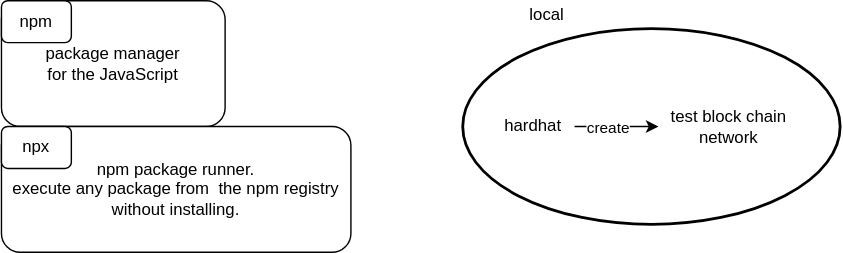
ryojiroakiyama/Web3Lab keeps this draw.io diagram as hardhat.drawio.svg. Above is the earlier version. Source tidied: cells renumbered, new cells last; positions are measured from the earlier drawing's top-left corner, leaving out a move shared by most shapes. Its diagram source:
```xml
<mxGraphModel>
  <root>
    <mxCell id="0" />
    <mxCell id="1" parent="0" />
    <mxCell id="2" value="local" style="text;html=1;align=center;verticalAlign=middle;strokeColor=none;fillColor=none;" parent="1" vertex="1">
      <mxGeometry x="370" width="40" height="20" as="geometry" />
    </mxCell>
    <mxCell id="3" style="strokeWidth=2;html=1;shape=mxgraph.flowchart.start_2;whiteSpace=wrap;" parent="1" vertex="1">
      <mxGeometry x="330" y="20" width="270" height="140" as="geometry" />
    </mxCell>
    <mxCell id="4" value="package manager&lt;br&gt;for the JavaScript" style="rounded=1;whiteSpace=wrap;html=1;" parent="1" vertex="1">
      <mxGeometry width="160" height="90" as="geometry" />
    </mxCell>
    <mxCell id="5" value="npm" style="text;html=1;strokeColor=default;fillColor=default;align=center;verticalAlign=middle;whiteSpace=wrap;rounded=1;" parent="1" vertex="1">
      <mxGeometry width="50" height="30" as="geometry" />
    </mxCell>
    <mxCell id="6" value="npm package runner.&lt;br&gt;execute any package from&amp;nbsp; the npm registry&lt;br&gt;without installing." style="rounded=1;whiteSpace=wrap;html=1;" parent="1" vertex="1">
      <mxGeometry y="90" width="250" height="90" as="geometry" />
    </mxCell>
    <mxCell id="7" value="npx" style="text;html=1;strokeColor=default;fillColor=default;align=center;verticalAlign=middle;whiteSpace=wrap;rounded=1;" parent="1" vertex="1">
      <mxGeometry y="90" width="50" height="30" as="geometry" />
    </mxCell>
    <mxCell id="8" style="edgeStyle=none;html=1;" parent="1" edge="1" source="10" target="11">
      <mxGeometry relative="1" as="geometry" />
    </mxCell>
    <mxCell id="9" value="create" style="edgeLabel;html=1;align=center;verticalAlign=middle;" parent="8" vertex="1">
      <mxGeometry x="-0.26" relative="1" as="geometry" />
    </mxCell>
    <mxCell id="10" value="hardhat" style="text;html=1;align=center;verticalAlign=middle;points=[];strokeColor=none;fillColor=none;" parent="1" vertex="1">
      <mxGeometry x="350" y="80" width="60" height="20" as="geometry" />
    </mxCell>
    <mxCell id="11" value="&lt;span&gt;test block chain&lt;/span&gt;&lt;br&gt;&lt;span&gt;network&lt;/span&gt;" style="text;html=1;align=center;verticalAlign=middle;points=[];strokeColor=none;fillColor=none;" parent="1" vertex="1">
      <mxGeometry x="470" y="75" width="100" height="30" as="geometry" />
    </mxCell>
  </root>
</mxGraphModel>
```
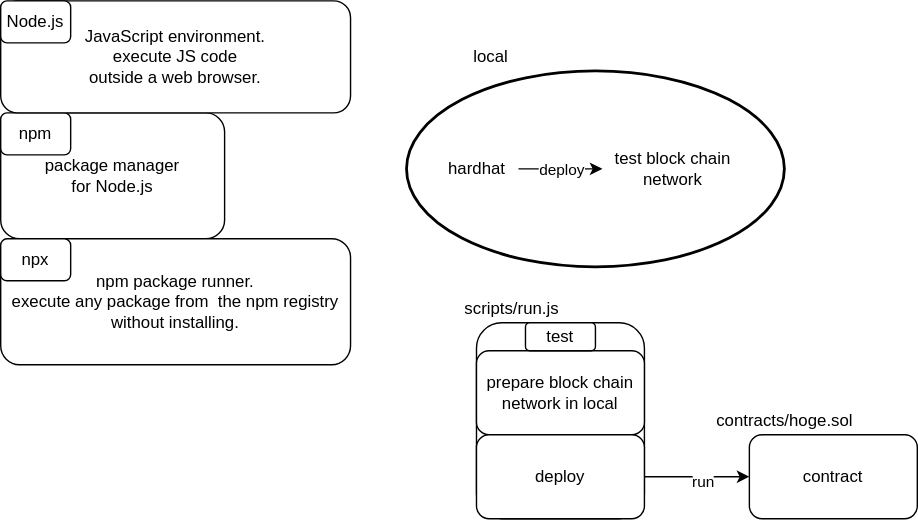
Above is the later version.

Commit message:
feat: deploy display

The edit, as a diff of the source:
```diff
@@ -8,23 +8,25 @@
     <mxCell id="3" style="strokeWidth=2;html=1;shape=mxgraph.flowchart.start_2;whiteSpace=wrap;" parent="1" vertex="1">
       <mxGeometry x="330" y="20" width="270" height="140" as="geometry" />
     </mxCell>
-    <mxCell id="4" value="package manager&lt;br&gt;for the JavaScript" style="rounded=1;whiteSpace=wrap;html=1;" parent="1" vertex="1">
-      <mxGeometry width="160" height="90" as="geometry" />
+    <mxCell id="4" value="package manager&lt;br&gt;for Node.js" style="rounded=1;whiteSpace=wrap;html=1;" parent="1" vertex="1">
+      <mxGeometry x="40" y="50" width="160" height="90" as="geometry" />
     </mxCell>
     <mxCell id="5" value="npm" style="text;html=1;strokeColor=default;fillColor=default;align=center;verticalAlign=middle;whiteSpace=wrap;rounded=1;" parent="1" vertex="1">
-      <mxGeometry width="50" height="30" as="geometry" />
+      <mxGeometry x="40" y="50" width="50" height="30" as="geometry" />
     </mxCell>
     <mxCell id="6" value="npm package runner.&lt;br&gt;execute any package from&amp;nbsp; the npm registry&lt;br&gt;without installing." style="rounded=1;whiteSpace=wrap;html=1;" parent="1" vertex="1">
-      <mxGeometry y="90" width="250" height="90" as="geometry" />
+      <mxGeometry x="40" y="140" width="250" height="90" as="geometry" />
     </mxCell>
     <mxCell id="7" value="npx" style="text;html=1;strokeColor=default;fillColor=default;align=center;verticalAlign=middle;whiteSpace=wrap;rounded=1;" parent="1" vertex="1">
-      <mxGeometry y="90" width="50" height="30" as="geometry" />
+      <mxGeometry x="40" y="140" width="50" height="30" as="geometry" />
     </mxCell>
     <mxCell id="8" style="edgeStyle=none;html=1;" parent="1" edge="1" source="10" target="11">
       <mxGeometry relative="1" as="geometry" />
     </mxCell>
-    <mxCell id="9" value="create" style="edgeLabel;html=1;align=center;verticalAlign=middle;" parent="8" vertex="1">
-      <mxGeometry x="-0.26" relative="1" as="geometry" />
+    <mxCell id="9" value="deploy" style="edgeLabel;html=1;align=center;verticalAlign=middle;" parent="8" vertex="1">
+      <mxGeometry x="0.15" y="-1" relative="1" as="geometry">
+        <mxPoint x="-4" y="-1" as="offset" />
+      </mxGeometry>
     </mxCell>
     <mxCell id="10" value="hardhat" style="text;html=1;align=center;verticalAlign=middle;points=[];strokeColor=none;fillColor=none;" parent="1" vertex="1">
       <mxGeometry x="350" y="80" width="60" height="20" as="geometry" />
@@ -32,5 +34,38 @@
     <mxCell id="11" value="&lt;span&gt;test block chain&lt;/span&gt;&lt;br&gt;&lt;span&gt;network&lt;/span&gt;" style="text;html=1;align=center;verticalAlign=middle;points=[];strokeColor=none;fillColor=none;" parent="1" vertex="1">
       <mxGeometry x="470" y="75" width="100" height="30" as="geometry" />
     </mxCell>
+    <mxCell id="12" value="JavaScript environment.&lt;br&gt;execute JS code&lt;br&gt;outside a web browser." style="rounded=1;whiteSpace=wrap;html=1;" parent="1" vertex="1">
+      <mxGeometry x="40" y="-30" width="250" height="80" as="geometry" />
+    </mxCell>
+    <mxCell id="13" value="Node.js" style="text;html=1;strokeColor=default;fillColor=default;align=center;verticalAlign=middle;whiteSpace=wrap;rounded=1;" parent="1" vertex="1">
+      <mxGeometry x="40" y="-30" width="50" height="30" as="geometry" />
+    </mxCell>
+    <mxCell id="14" style="rounded=1;whiteSpace=wrap;html=1;" parent="1" vertex="1">
+      <mxGeometry x="380" y="200" width="120" height="140" as="geometry" />
+    </mxCell>
+    <mxCell id="15" value="&amp;nbsp;contract" style="rounded=1;whiteSpace=wrap;html=1;" parent="1" vertex="1">
+      <mxGeometry x="575" y="280" width="120" height="60" as="geometry" />
+    </mxCell>
+    <mxCell id="16" value="&lt;span&gt;scripts/run.js&lt;/span&gt;" style="text;html=1;align=center;verticalAlign=middle;strokeColor=none;fillColor=none;" parent="1" vertex="1">
+      <mxGeometry x="365" y="180" width="80" height="20" as="geometry" />
+    </mxCell>
+    <mxCell id="17" value="&lt;span&gt;contracts/hoge.sol&lt;/span&gt;" style="text;html=1;align=center;verticalAlign=middle;strokeColor=none;fillColor=none;" parent="1" vertex="1">
+      <mxGeometry x="545" y="260" width="110" height="20" as="geometry" />
+    </mxCell>
+    <mxCell id="18" value="&lt;span&gt;prepare block chain&lt;/span&gt;&lt;br&gt;&lt;span&gt;network in local&lt;/span&gt;" style="rounded=1;whiteSpace=wrap;html=1;" parent="1" vertex="1">
+      <mxGeometry x="380" y="220" width="120" height="60" as="geometry" />
+    </mxCell>
+    <mxCell id="19" style="edgeStyle=none;html=1;" parent="1" edge="1" source="21" target="15">
+      <mxGeometry relative="1" as="geometry" />
+    </mxCell>
+    <mxCell id="20" value="run" style="edgeLabel;html=1;align=center;verticalAlign=middle;" parent="19" vertex="1">
+      <mxGeometry x="0.08" y="-3" relative="1" as="geometry" />
+    </mxCell>
+    <mxCell id="21" value="deploy" style="rounded=1;whiteSpace=wrap;html=1;" parent="1" vertex="1">
+      <mxGeometry x="380" y="280" width="120" height="60" as="geometry" />
+    </mxCell>
+    <mxCell id="22" value="&lt;span&gt;test&lt;/span&gt;" style="rounded=1;whiteSpace=wrap;html=1;" parent="1" vertex="1">
+      <mxGeometry x="415" y="200" width="50" height="20" as="geometry" />
+    </mxCell>
   </root>
 </mxGraphModel>
```
